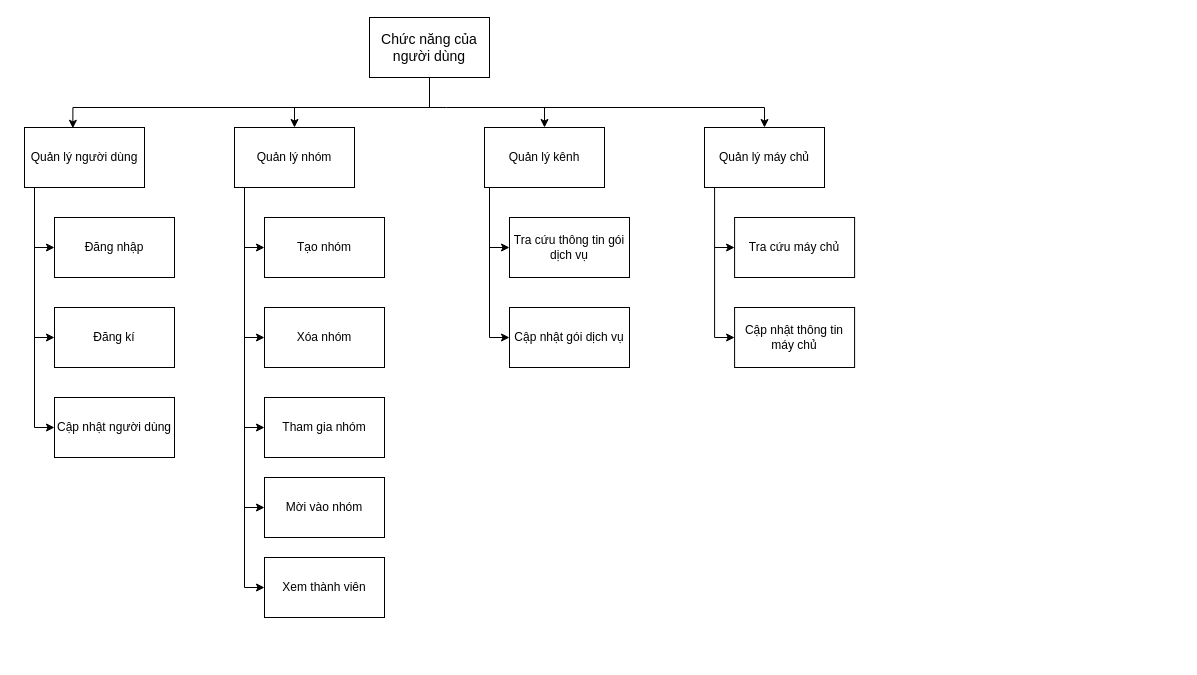
Before: phac thao do an cuoi cung/so do phan ra chuc nang.drawio in frozenproof/dactaphanmem, a draw.io diagram. Source tidied: cells renumbered, new cells numbered last; positions are measured from the earlier drawing's top-left corner, leaving out a move shared by most shapes. Both pictures are drawn from the tidied source at 100%, with x=0, y=0 at pixel (24, 17).
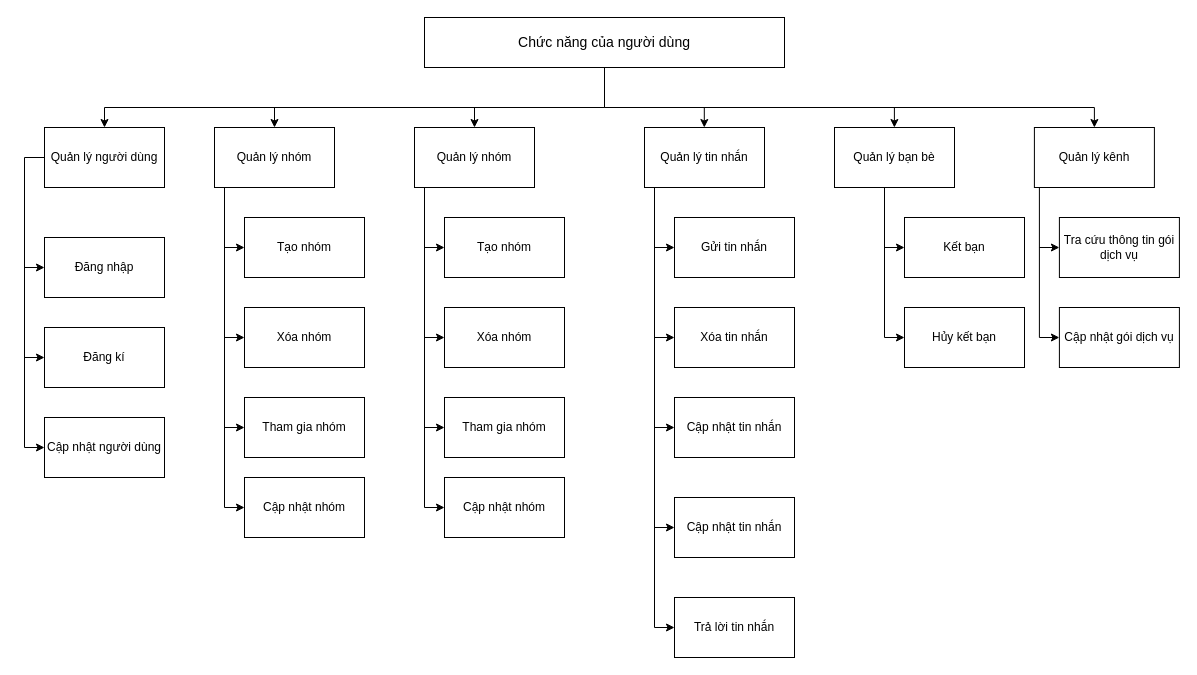
Above is the later version.

Diff of the diagram source:
```diff
@@
-    <mxCell id="2" style="edgeStyle=orthogonalEdgeStyle;rounded=0;jettySize=auto;html=1;exitX=0.5;exitY=1;exitDx=0;exitDy=0;entryX=0.403;entryY=0.013;entryDx=0;entryDy=0;entryPerimeter=0;" parent="1" edge="1" source="3" target="5">
+    <mxCell id="2" style="edgeStyle=orthogonalEdgeStyle;rounded=0;jettySize=auto;html=1;" parent="1" edge="1" source="3" target="5">
       <mxGeometry relative="1" as="geometry">
         <Array as="points">
-          <mxPoint x="405" y="90" />
-          <mxPoint x="48" y="90" />
+          <mxPoint x="580" y="90" />
+          <mxPoint x="80" y="90" />
         </Array>
       </mxGeometry>
     </mxCell>
     <mxCell id="3" value="&lt;span style=&quot;font-size: 14px;&quot;&gt;Chức năng của người dùng&lt;/span&gt;" style="rounded=0;whiteSpace=wrap;html=1;" parent="1" vertex="1">
-      <mxGeometry x="345" width="120" height="60" as="geometry" />
+      <mxGeometry x="400" width="360" height="50" as="geometry" />
     </mxCell>
     <mxCell id="4" style="edgeStyle=orthogonalEdgeStyle;rounded=0;jettySize=auto;html=1;" parent="1" edge="1" source="5" target="6">
       <mxGeometry relative="1" as="geometry">
         <Array as="points">
-          <mxPoint x="10" y="410" />
+          <mxPoint y="430" />
         </Array>
       </mxGeometry>
     </mxCell>
     <mxCell id="5" value="Quản lý người dùng" style="rounded=0;whiteSpace=wrap;html=1;" parent="1" vertex="1">
-      <mxGeometry y="110" width="120" height="60" as="geometry" />
+      <mxGeometry x="20" y="110" width="120" height="60" as="geometry" />
     </mxCell>
     <mxCell id="6" value="Cập nhật người dùng" style="rounded=0;whiteSpace=wrap;html=1;" parent="1" vertex="1">
-      <mxGeometry x="30" y="380" width="120" height="60" as="geometry" />
+      <mxGeometry x="20" y="400" width="120" height="60" as="geometry" />
     </mxCell>
     <mxCell id="7" value="Đăng kí" style="rounded=0;whiteSpace=wrap;html=1;" parent="1" vertex="1">
-      <mxGeometry x="30" y="290" width="120" height="60" as="geometry" />
+      <mxGeometry x="20" y="310" width="120" height="60" as="geometry" />
     </mxCell>
     <mxCell id="8" value="Đăng nhập" style="rounded=0;whiteSpace=wrap;html=1;" parent="1" vertex="1">
-      <mxGeometry x="30" y="200" width="120" height="60" as="geometry" />
+      <mxGeometry x="20" y="220" width="120" height="60" as="geometry" />
     </mxCell>
     <mxCell id="9" style="endArrow=classic;html=1;rounded=0;entryX=0;entryY=0.5;entryDx=0;entryDy=0;" parent="1" edge="1" target="7">
       <mxGeometry relative="1" as="geometry">
-        <mxPoint x="10" y="320" as="sourcePoint" />
+        <mxPoint y="340" as="sourcePoint" />
       </mxGeometry>
     </mxCell>
     <mxCell id="10" style="endArrow=classic;html=1;rounded=0;entryX=0;entryY=0.5;entryDx=0;entryDy=0;" parent="1" edge="1" target="8">
       <mxGeometry relative="1" as="geometry">
-        <mxPoint x="10" y="230" as="sourcePoint" />
+        <mxPoint y="250" as="sourcePoint" />
       </mxGeometry>
     </mxCell>
     <mxCell id="11" value="Quản lý nhóm" style="rounded=0;whiteSpace=wrap;html=1;" parent="1" vertex="1">
-      <mxGeometry x="210" y="110" width="120" height="60" as="geometry" />
+      <mxGeometry x="190" y="110" width="120" height="60" as="geometry" />
     </mxCell>
     <mxCell id="12" style="endArrow=classic;html=1;rounded=0;entryX=0.5;entryY=0;entryDx=0;entryDy=0;" parent="1" edge="1" target="11">
       <mxGeometry relative="1" as="geometry">
-        <mxPoint x="270" y="90" as="sourcePoint" />
+        <mxPoint x="250" y="90" as="sourcePoint" />
       </mxGeometry>
     </mxCell>
-    <mxCell id="13" style="edgeStyle=orthogonalEdgeStyle;rounded=0;jettySize=auto;html=1;exitX=0.5;exitY=1;exitDx=0;exitDy=0;entryX=0.5;entryY=0;entryDx=0;entryDy=0;" parent="1" edge="1" source="3" target="14">
+    <mxCell id="13" style="edgeStyle=orthogonalEdgeStyle;rounded=0;jettySize=auto;html=1;exitX=0.5;exitY=1;exitDx=0;exitDy=0;entryX=0.5;entryY=0;entryDx=0;entryDy=0;" parent="1" edge="1" source="3" target="15">
       <mxGeometry relative="1" as="geometry">
         <Array as="points">
-          <mxPoint x="422" y="90" />
-          <mxPoint x="730" y="90" />
+          <mxPoint x="580" y="50" />
+          <mxPoint x="580" y="90" />
+          <mxPoint x="1070" y="90" />
         </Array>
       </mxGeometry>
     </mxCell>
-    <mxCell id="14" value="Quản lý máy chủ" style="rounded=0;whiteSpace=wrap;html=1;" parent="1" vertex="1">
-      <mxGeometry x="680" y="110" width="120" height="60" as="geometry" />
+    <mxCell id="14" value="Quản lý bạn bè" style="rounded=0;whiteSpace=wrap;html=1;" parent="1" vertex="1">
+      <mxGeometry x="810" y="110" width="120" height="60" as="geometry" />
     </mxCell>
     <mxCell id="15" value="Quản lý kênh" style="rounded=0;whiteSpace=wrap;html=1;" parent="1" vertex="1">
-      <mxGeometry x="460" y="110" width="120" height="60" as="geometry" />
+      <mxGeometry x="1009.9" y="110" width="120" height="60" as="geometry" />
     </mxCell>
-    <mxCell id="16" style="endArrow=classic;html=1;rounded=0;entryX=0.5;entryY=0;entryDx=0;entryDy=0;" parent="1" edge="1" target="15">
-      <mxGeometry relative="1" as="geometry">
-        <mxPoint x="520" y="90" as="sourcePoint" />
-      </mxGeometry>
-    </mxCell>
-    <mxCell id="17" style="edgeStyle=orthogonalEdgeStyle;rounded=0;jettySize=auto;html=1;" parent="1" edge="1" target="18">
+    <mxCell id="17" style="edgeStyle=orthogonalEdgeStyle;rounded=0;jettySize=auto;html=1;entryX=0;entryY=0.5;entryDx=0;entryDy=0;" parent="1" edge="1" target="25">
       <mxGeometry relative="1" as="geometry">
-        <mxPoint x="220" y="170" as="sourcePoint" />
+        <mxPoint x="200" y="170" as="sourcePoint" />
         <Array as="points">
-          <mxPoint x="220" y="570" />
+          <mxPoint x="200" y="490" />
         </Array>
       </mxGeometry>
     </mxCell>
-    <mxCell id="18" value="Xem thành viên" style="rounded=0;whiteSpace=wrap;html=1;" parent="1" vertex="1">
-      <mxGeometry x="240" y="540" width="120" height="60" as="geometry" />
-    </mxCell>
     <mxCell id="19" value="Xóa nhóm" style="rounded=0;whiteSpace=wrap;html=1;" parent="1" vertex="1">
-      <mxGeometry x="240" y="290" width="120" height="60" as="geometry" />
+      <mxGeometry x="220" y="290" width="120" height="60" as="geometry" />
     </mxCell>
     <mxCell id="20" value="Tạo nhóm" style="rounded=0;whiteSpace=wrap;html=1;" parent="1" vertex="1">
-      <mxGeometry x="240" y="200" width="120" height="60" as="geometry" />
+      <mxGeometry x="220" y="200" width="120" height="60" as="geometry" />
     </mxCell>
     <mxCell id="21" style="endArrow=classic;html=1;rounded=0;entryX=0;entryY=0.5;entryDx=0;entryDy=0;" parent="1" edge="1" target="19">
       <mxGeometry relative="1" as="geometry">
-        <mxPoint x="220" y="320" as="sourcePoint" />
+        <mxPoint x="200" y="320" as="sourcePoint" />
       </mxGeometry>
     </mxCell>
     <mxCell id="22" style="endArrow=classic;html=1;rounded=0;entryX=0;entryY=0.5;entryDx=0;entryDy=0;" parent="1" edge="1" target="20">
       <mxGeometry relative="1" as="geometry">
-        <mxPoint x="220" y="230" as="sourcePoint" />
+        <mxPoint x="200" y="230" as="sourcePoint" />
       </mxGeometry>
     </mxCell>
     <mxCell id="23" value="Tham gia nhóm" style="rounded=0;whiteSpace=wrap;html=1;" parent="1" vertex="1">
-      <mxGeometry x="240" y="380" width="120" height="60" as="geometry" />
+      <mxGeometry x="220" y="380" width="120" height="60" as="geometry" />
     </mxCell>
     <mxCell id="24" style="endArrow=classic;html=1;rounded=0;entryX=0;entryY=0.5;entryDx=0;entryDy=0;" parent="1" edge="1" target="23">
       <mxGeometry relative="1" as="geometry">
-        <mxPoint x="220" y="410" as="sourcePoint" />
+        <mxPoint x="200" y="410" as="sourcePoint" />
       </mxGeometry>
     </mxCell>
-    <mxCell id="25" value="Mời vào nhóm" style="rounded=0;whiteSpace=wrap;html=1;" parent="1" vertex="1">
-      <mxGeometry x="240" y="460" width="120" height="60" as="geometry" />
+    <mxCell id="25" value="Cập nhật nhóm" style="rounded=0;whiteSpace=wrap;html=1;" parent="1" vertex="1">
+      <mxGeometry x="220" y="460" width="120" height="60" as="geometry" />
     </mxCell>
-    <mxCell id="26" style="endArrow=classic;html=1;rounded=0;entryX=0;entryY=0.5;entryDx=0;entryDy=0;" parent="1" edge="1" target="25">
-      <mxGeometry relative="1" as="geometry">
-        <mxPoint x="220" y="490" as="sourcePoint" />
-      </mxGeometry>
-    </mxCell>
     <mxCell id="27" style="edgeStyle=orthogonalEdgeStyle;rounded=0;jettySize=auto;html=1;entryX=0;entryY=0.5;entryDx=0;entryDy=0;" parent="1" edge="1" target="28">
       <mxGeometry relative="1" as="geometry">
-        <mxPoint x="465" y="170" as="sourcePoint" />
+        <mxPoint x="1014.9" y="170" as="sourcePoint" />
         <Array as="points">
-          <mxPoint x="465" y="320" />
+          <mxPoint x="1014.9" y="320" />
         </Array>
       </mxGeometry>
     </mxCell>
     <mxCell id="28" value="Cập nhật gói dịch vụ" style="rounded=0;whiteSpace=wrap;html=1;" parent="1" vertex="1">
-      <mxGeometry x="485" y="290" width="120" height="60" as="geometry" />
+      <mxGeometry x="1034.9" y="290" width="120" height="60" as="geometry" />
     </mxCell>
     <mxCell id="29" value="Tra cứu thông tin gói dịch vụ" style="rounded=0;whiteSpace=wrap;html=1;" parent="1" vertex="1">
-      <mxGeometry x="485" y="200" width="120" height="60" as="geometry" />
+      <mxGeometry x="1034.9" y="200" width="120" height="60" as="geometry" />
     </mxCell>
     <mxCell id="30" style="endArrow=classic;html=1;rounded=0;entryX=0;entryY=0.5;entryDx=0;entryDy=0;" parent="1" edge="1" target="29">
       <mxGeometry relative="1" as="geometry">
-        <mxPoint x="465" y="230" as="sourcePoint" />
+        <mxPoint x="1014.9" y="230" as="sourcePoint" />
       </mxGeometry>
     </mxCell>
     <mxCell id="31" style="edgeStyle=orthogonalEdgeStyle;rounded=0;jettySize=auto;html=1;entryX=0;entryY=0.5;entryDx=0;entryDy=0;" parent="1" edge="1" target="32">
       <mxGeometry relative="1" as="geometry">
-        <mxPoint x="690.1" y="170" as="sourcePoint" />
+        <mxPoint x="860" y="170" as="sourcePoint" />
         <Array as="points">
-          <mxPoint x="690.1" y="320" />
+          <mxPoint x="860" y="320" />
         </Array>
       </mxGeometry>
     </mxCell>
-    <mxCell id="32" value="Cập nhật thông tin máy chủ" style="rounded=0;whiteSpace=wrap;html=1;" parent="1" vertex="1">
-      <mxGeometry x="710.1" y="290" width="120" height="60" as="geometry" />
+    <mxCell id="32" value="Hủy kết bạn" style="rounded=0;whiteSpace=wrap;html=1;" parent="1" vertex="1">
+      <mxGeometry x="880" y="290" width="120" height="60" as="geometry" />
     </mxCell>
-    <mxCell id="33" value="Tra cứu máy chủ" style="rounded=0;whiteSpace=wrap;html=1;" parent="1" vertex="1">
-      <mxGeometry x="710.1" y="200" width="120" height="60" as="geometry" />
+    <mxCell id="33" value="Kết bạn" style="rounded=0;whiteSpace=wrap;html=1;" parent="1" vertex="1">
+      <mxGeometry x="880" y="200" width="120" height="60" as="geometry" />
     </mxCell>
     <mxCell id="34" style="endArrow=classic;html=1;rounded=0;entryX=0;entryY=0.5;entryDx=0;entryDy=0;" parent="1" edge="1" target="33">
       <mxGeometry relative="1" as="geometry">
-        <mxPoint x="690.1" y="230" as="sourcePoint" />
+        <mxPoint x="860" y="230" as="sourcePoint" />
       </mxGeometry>
     </mxCell>
+    <mxCell id="35" style="endArrow=classic;html=1;rounded=0;entryX=0.5;entryY=0;entryDx=0;entryDy=0;" parent="1" edge="1">
+      <mxGeometry relative="1" as="geometry">
+        <mxPoint x="869.9" y="90" as="sourcePoint" />
+        <mxPoint x="869.9" y="110" as="targetPoint" />
+      </mxGeometry>
+    </mxCell>
+    <mxCell id="36" value="Quản lý tin nhắn" style="rounded=0;whiteSpace=wrap;html=1;" parent="1" vertex="1">
+      <mxGeometry x="620" y="110" width="120" height="60" as="geometry" />
+    </mxCell>
+    <mxCell id="37" style="edgeStyle=orthogonalEdgeStyle;rounded=0;jettySize=auto;html=1;entryX=0;entryY=0.5;entryDx=0;entryDy=0;" parent="1" edge="1" target="44">
+      <mxGeometry relative="1" as="geometry">
+        <mxPoint x="630" y="170" as="sourcePoint" />
+        <Array as="points">
+          <mxPoint x="630" y="610" />
+        </Array>
+      </mxGeometry>
+    </mxCell>
+    <mxCell id="38" value="Xóa tin nhắn" style="rounded=0;whiteSpace=wrap;html=1;" parent="1" vertex="1">
+      <mxGeometry x="650" y="290" width="120" height="60" as="geometry" />
+    </mxCell>
+    <mxCell id="39" value="Gửi tin nhắn" style="rounded=0;whiteSpace=wrap;html=1;" parent="1" vertex="1">
+      <mxGeometry x="650" y="200" width="120" height="60" as="geometry" />
+    </mxCell>
+    <mxCell id="40" style="endArrow=classic;html=1;rounded=0;entryX=0;entryY=0.5;entryDx=0;entryDy=0;" parent="1" edge="1" target="38">
+      <mxGeometry relative="1" as="geometry">
+        <mxPoint x="630" y="320" as="sourcePoint" />
+      </mxGeometry>
+    </mxCell>
+    <mxCell id="41" style="endArrow=classic;html=1;rounded=0;entryX=0;entryY=0.5;entryDx=0;entryDy=0;" parent="1" edge="1" target="39">
+      <mxGeometry relative="1" as="geometry">
+        <mxPoint x="630" y="230" as="sourcePoint" />
+      </mxGeometry>
+    </mxCell>
+    <mxCell id="42" value="Cập nhật tin nhắn" style="rounded=0;whiteSpace=wrap;html=1;" parent="1" vertex="1">
+      <mxGeometry x="650" y="380" width="120" height="60" as="geometry" />
+    </mxCell>
+    <mxCell id="43" style="endArrow=classic;html=1;rounded=0;entryX=0;entryY=0.5;entryDx=0;entryDy=0;" parent="1" edge="1" target="42">
+      <mxGeometry relative="1" as="geometry">
+        <mxPoint x="630" y="410" as="sourcePoint" />
+      </mxGeometry>
+    </mxCell>
+    <mxCell id="44" value="Trả lời tin nhắn" style="rounded=0;whiteSpace=wrap;html=1;" parent="1" vertex="1">
+      <mxGeometry x="650" y="580" width="120" height="60" as="geometry" />
+    </mxCell>
+    <mxCell id="45" value="Cập nhật tin nhắn" style="rounded=0;whiteSpace=wrap;html=1;" parent="1" vertex="1">
+      <mxGeometry x="650" y="480" width="120" height="60" as="geometry" />
+    </mxCell>
+    <mxCell id="46" style="endArrow=classic;html=1;rounded=0;entryX=0;entryY=0.5;entryDx=0;entryDy=0;" parent="1" edge="1" target="45">
+      <mxGeometry relative="1" as="geometry">
+        <mxPoint x="630" y="510" as="sourcePoint" />
+      </mxGeometry>
+    </mxCell>
+    <mxCell id="47" style="endArrow=classic;html=1;rounded=0;entryX=0.5;entryY=0;entryDx=0;entryDy=0;" parent="1" edge="1">
+      <mxGeometry relative="1" as="geometry">
+        <mxPoint x="679.8" y="90" as="sourcePoint" />
+        <mxPoint x="679.8" y="110" as="targetPoint" />
+      </mxGeometry>
+    </mxCell>
+    <mxCell id="48" value="Quản lý nhóm" style="rounded=0;whiteSpace=wrap;html=1;" parent="1" vertex="1">
+      <mxGeometry x="390" y="110" width="120" height="60" as="geometry" />
+    </mxCell>
+    <mxCell id="49" style="endArrow=classic;html=1;rounded=0;entryX=0.5;entryY=0;entryDx=0;entryDy=0;" parent="1" edge="1" target="48">
+      <mxGeometry relative="1" as="geometry">
+        <mxPoint x="450" y="90" as="sourcePoint" />
+      </mxGeometry>
+    </mxCell>
+    <mxCell id="50" style="edgeStyle=orthogonalEdgeStyle;rounded=0;jettySize=auto;html=1;entryX=0;entryY=0.5;entryDx=0;entryDy=0;" parent="1" edge="1" target="57">
+      <mxGeometry relative="1" as="geometry">
+        <mxPoint x="400" y="170" as="sourcePoint" />
+        <Array as="points">
+          <mxPoint x="400" y="490" />
+        </Array>
+      </mxGeometry>
+    </mxCell>
+    <mxCell id="51" value="Xóa nhóm" style="rounded=0;whiteSpace=wrap;html=1;" parent="1" vertex="1">
+      <mxGeometry x="420" y="290" width="120" height="60" as="geometry" />
+    </mxCell>
+    <mxCell id="52" value="Tạo nhóm" style="rounded=0;whiteSpace=wrap;html=1;" parent="1" vertex="1">
+      <mxGeometry x="420" y="200" width="120" height="60" as="geometry" />
+    </mxCell>
+    <mxCell id="53" style="endArrow=classic;html=1;rounded=0;entryX=0;entryY=0.5;entryDx=0;entryDy=0;" parent="1" edge="1" target="51">
+      <mxGeometry relative="1" as="geometry">
+        <mxPoint x="400" y="320" as="sourcePoint" />
+      </mxGeometry>
+    </mxCell>
+    <mxCell id="54" style="endArrow=classic;html=1;rounded=0;entryX=0;entryY=0.5;entryDx=0;entryDy=0;" parent="1" edge="1" target="52">
+      <mxGeometry relative="1" as="geometry">
+        <mxPoint x="400" y="230" as="sourcePoint" />
+      </mxGeometry>
+    </mxCell>
+    <mxCell id="55" value="Tham gia nhóm" style="rounded=0;whiteSpace=wrap;html=1;" parent="1" vertex="1">
+      <mxGeometry x="420" y="380" width="120" height="60" as="geometry" />
+    </mxCell>
+    <mxCell id="56" style="endArrow=classic;html=1;rounded=0;entryX=0;entryY=0.5;entryDx=0;entryDy=0;" parent="1" edge="1" target="55">
+      <mxGeometry relative="1" as="geometry">
+        <mxPoint x="400" y="410" as="sourcePoint" />
+      </mxGeometry>
+    </mxCell>
+    <mxCell id="57" value="Cập nhật nhóm" style="rounded=0;whiteSpace=wrap;html=1;" parent="1" vertex="1">
+      <mxGeometry x="420" y="460" width="120" height="60" as="geometry" />
+    </mxCell>
```
